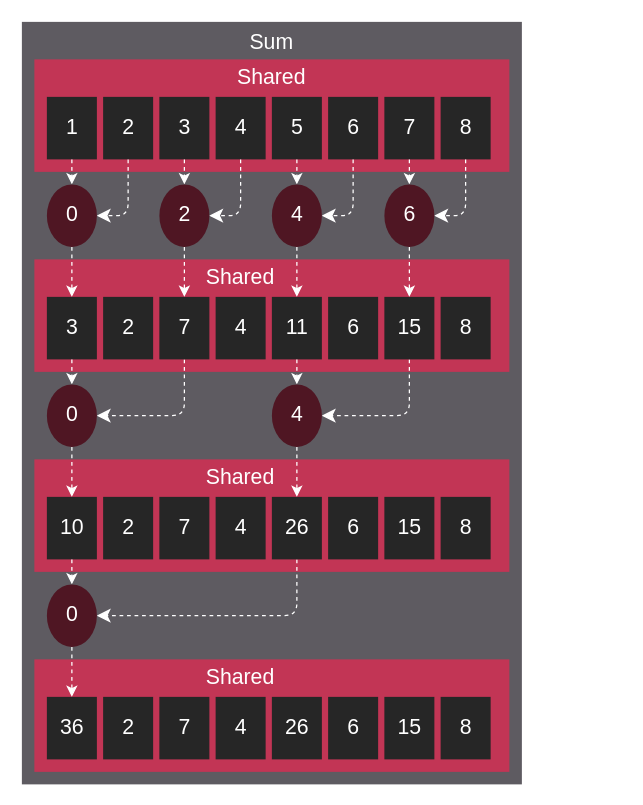
This is docs/data/tutorial/reduction/naive_reduction.drawio from StreamHPC/HIP, a draw.io file, before an edit. Source tidied: cells renumbered, new cells numbered last; positions are measured from the earlier drawing's top-left corner, leaving out a move shared by most shapes. Both pictures are drawn from the tidied source at 125%, with x=0, y=0 at pixel (21, 21).
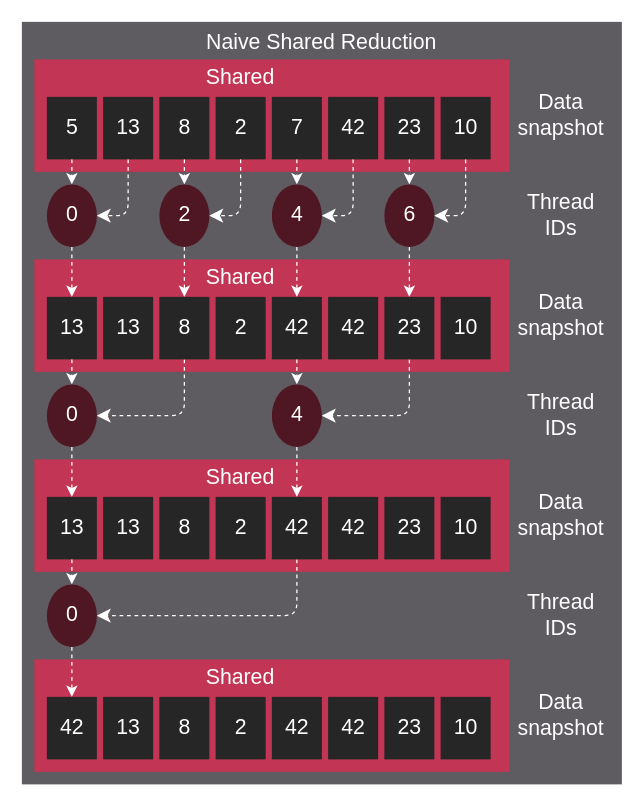
After the change.

Diff of the diagram source:
```diff
@@
     <mxCell id="2" style="rounded=0;whiteSpace=wrap;html=1;fillColor=#5E5B61;fontColor=#FFFFFF;strokeColor=none;spacing=0;" parent="1" vertex="1">
-      <mxGeometry width="400" height="610" as="geometry" />
+      <mxGeometry width="480" height="610" as="geometry" />
     </mxCell>
-    <mxCell id="3" value="Sum" style="text;strokeColor=none;fillColor=none;align=center;verticalAlign=middle;rounded=0;fontFamily=klavika;fontSize=17;fontColor=#FFFFFF;" parent="1" vertex="1">
-      <mxGeometry x="170" width="60" height="30" as="geometry" />
+    <mxCell id="3" value="Naive Shared Reduction" style="text;strokeColor=none;fillColor=none;align=center;verticalAlign=middle;rounded=0;fontFamily=klavika;fontSize=17;fontColor=#FFFFFF;" parent="1" vertex="1">
+      <mxGeometry x="210" width="60" height="30" as="geometry" />
     </mxCell>
@@
     <mxCell id="5" value="&lt;font face=&quot;Klavika&quot; style=&quot;font-size: 17px;&quot;&gt;Shared&lt;/font&gt;" style="text;html=1;strokeColor=none;fillColor=none;align=center;verticalAlign=middle;whiteSpace=wrap;rounded=0;fontSize=17;fontColor=#FFFFFF;" parent="1" vertex="1">
-      <mxGeometry x="170" y="30" width="60" height="30" as="geometry" />
+      <mxGeometry x="145" y="30" width="60" height="30" as="geometry" />
     </mxCell>
@@
-    <mxCell id="7" value="1" style="text;html=1;strokeColor=none;fillColor=none;align=center;verticalAlign=middle;whiteSpace=wrap;rounded=0;fontFamily=Klavika;fontSize=17;fontColor=#FFFFFF;" parent="1" vertex="1">
+    <mxCell id="7" value="5" style="text;html=1;strokeColor=none;fillColor=none;align=center;verticalAlign=middle;whiteSpace=wrap;rounded=0;fontFamily=Klavika;fontSize=17;fontColor=#FFFFFF;" parent="1" vertex="1">
       <mxGeometry x="27.5" y="70" width="25" height="30" as="geometry" />
     </mxCell>
@@
-    <mxCell id="10" value="2" style="text;html=1;strokeColor=none;fillColor=none;align=center;verticalAlign=middle;whiteSpace=wrap;rounded=0;fontFamily=Klavika;fontSize=17;fontColor=#FFFFFF;" parent="1" vertex="1">
+    <mxCell id="10" value="13" style="text;html=1;strokeColor=none;fillColor=none;align=center;verticalAlign=middle;whiteSpace=wrap;rounded=0;fontFamily=Klavika;fontSize=17;fontColor=#FFFFFF;" parent="1" vertex="1">
       <mxGeometry x="72.5" y="70" width="25" height="30" as="geometry" />
     </mxCell>
@@
-    <mxCell id="15" value="3" style="text;html=1;strokeColor=none;fillColor=none;align=center;verticalAlign=middle;whiteSpace=wrap;rounded=0;fontFamily=Klavika;fontSize=17;fontColor=#FFFFFF;" parent="1" vertex="1">
+    <mxCell id="15" value="8" style="text;html=1;strokeColor=none;fillColor=none;align=center;verticalAlign=middle;whiteSpace=wrap;rounded=0;fontFamily=Klavika;fontSize=17;fontColor=#FFFFFF;" parent="1" vertex="1">
       <mxGeometry x="117.5" y="70" width="25" height="30" as="geometry" />
     </mxCell>
@@
-    <mxCell id="18" value="4" style="text;html=1;strokeColor=none;fillColor=none;align=center;verticalAlign=middle;whiteSpace=wrap;rounded=0;fontFamily=Klavika;fontSize=17;fontColor=#FFFFFF;" parent="1" vertex="1">
+    <mxCell id="18" value="2" style="text;html=1;strokeColor=none;fillColor=none;align=center;verticalAlign=middle;whiteSpace=wrap;rounded=0;fontFamily=Klavika;fontSize=17;fontColor=#FFFFFF;" parent="1" vertex="1">
       <mxGeometry x="162.5" y="70" width="25" height="30" as="geometry" />
     </mxCell>
@@
-    <mxCell id="23" value="5" style="text;html=1;strokeColor=none;fillColor=none;align=center;verticalAlign=middle;whiteSpace=wrap;rounded=0;fontFamily=Klavika;fontSize=17;fontColor=#FFFFFF;" parent="1" vertex="1">
+    <mxCell id="23" value="7" style="text;html=1;strokeColor=none;fillColor=none;align=center;verticalAlign=middle;whiteSpace=wrap;rounded=0;fontFamily=Klavika;fontSize=17;fontColor=#FFFFFF;" parent="1" vertex="1">
       <mxGeometry x="207.5" y="70" width="25" height="30" as="geometry" />
     </mxCell>
@@
-    <mxCell id="26" value="6" style="text;html=1;strokeColor=none;fillColor=none;align=center;verticalAlign=middle;whiteSpace=wrap;rounded=0;fontFamily=Klavika;fontSize=17;fontColor=#FFFFFF;" parent="1" vertex="1">
+    <mxCell id="26" value="42" style="text;html=1;strokeColor=none;fillColor=none;align=center;verticalAlign=middle;whiteSpace=wrap;rounded=0;fontFamily=Klavika;fontSize=17;fontColor=#FFFFFF;" parent="1" vertex="1">
       <mxGeometry x="252.5" y="70" width="25" height="30" as="geometry" />
     </mxCell>
@@
-    <mxCell id="31" value="7" style="text;html=1;strokeColor=none;fillColor=none;align=center;verticalAlign=middle;whiteSpace=wrap;rounded=0;fontFamily=Klavika;fontSize=17;fontColor=#FFFFFF;" parent="1" vertex="1">
+    <mxCell id="31" value="23" style="text;html=1;strokeColor=none;fillColor=none;align=center;verticalAlign=middle;whiteSpace=wrap;rounded=0;fontFamily=Klavika;fontSize=17;fontColor=#FFFFFF;" parent="1" vertex="1">
       <mxGeometry x="297.5" y="70" width="25" height="30" as="geometry" />
     </mxCell>
@@
-    <mxCell id="34" value="8" style="text;html=1;strokeColor=none;fillColor=none;align=center;verticalAlign=middle;whiteSpace=wrap;rounded=0;fontFamily=Klavika;fontSize=17;fontColor=#FFFFFF;" parent="1" vertex="1">
+    <mxCell id="34" value="10" style="text;html=1;strokeColor=none;fillColor=none;align=center;verticalAlign=middle;whiteSpace=wrap;rounded=0;fontFamily=Klavika;fontSize=17;fontColor=#FFFFFF;" parent="1" vertex="1">
       <mxGeometry x="342.5" y="70" width="25" height="30" as="geometry" />
     </mxCell>
@@
-    <mxCell id="41" value="3" style="text;html=1;strokeColor=none;fillColor=none;align=center;verticalAlign=middle;whiteSpace=wrap;rounded=0;fontFamily=Klavika;fontSize=17;fontColor=#FFFFFF;" parent="1" vertex="1">
+    <mxCell id="41" value="13" style="text;html=1;strokeColor=none;fillColor=none;align=center;verticalAlign=middle;whiteSpace=wrap;rounded=0;fontFamily=Klavika;fontSize=17;fontColor=#FFFFFF;" parent="1" vertex="1">
       <mxGeometry x="27.5" y="230" width="25" height="30" as="geometry" />
     </mxCell>
@@
-    <mxCell id="44" value="2" style="text;html=1;strokeColor=none;fillColor=none;align=center;verticalAlign=middle;whiteSpace=wrap;rounded=0;fontFamily=Klavika;fontSize=17;fontColor=#FFFFFF;" parent="1" vertex="1">
+    <mxCell id="44" value="13" style="text;html=1;strokeColor=none;fillColor=none;align=center;verticalAlign=middle;whiteSpace=wrap;rounded=0;fontFamily=Klavika;fontSize=17;fontColor=#FFFFFF;" parent="1" vertex="1">
       <mxGeometry x="72.5" y="230" width="25" height="30" as="geometry" />
     </mxCell>
@@
-    <mxCell id="49" value="7" style="text;html=1;strokeColor=none;fillColor=none;align=center;verticalAlign=middle;whiteSpace=wrap;rounded=0;fontFamily=Klavika;fontSize=17;fontColor=#FFFFFF;" parent="1" vertex="1">
+    <mxCell id="49" value="8" style="text;html=1;strokeColor=none;fillColor=none;align=center;verticalAlign=middle;whiteSpace=wrap;rounded=0;fontFamily=Klavika;fontSize=17;fontColor=#FFFFFF;" parent="1" vertex="1">
       <mxGeometry x="117.5" y="230" width="25" height="30" as="geometry" />
     </mxCell>
@@
-    <mxCell id="51" value="4" style="text;html=1;strokeColor=none;fillColor=none;align=center;verticalAlign=middle;whiteSpace=wrap;rounded=0;fontFamily=Klavika;fontSize=17;fontColor=#FFFFFF;" parent="1" vertex="1">
+    <mxCell id="51" value="2" style="text;html=1;strokeColor=none;fillColor=none;align=center;verticalAlign=middle;whiteSpace=wrap;rounded=0;fontFamily=Klavika;fontSize=17;fontColor=#FFFFFF;" parent="1" vertex="1">
       <mxGeometry x="162.5" y="230" width="25" height="30" as="geometry" />
     </mxCell>
@@
-    <mxCell id="53" value="11" style="text;html=1;strokeColor=none;fillColor=none;align=center;verticalAlign=middle;whiteSpace=wrap;rounded=0;fontFamily=Klavika;fontSize=17;fontColor=#FFFFFF;" parent="1" vertex="1">
+    <mxCell id="53" value="42" style="text;html=1;strokeColor=none;fillColor=none;align=center;verticalAlign=middle;whiteSpace=wrap;rounded=0;fontFamily=Klavika;fontSize=17;fontColor=#FFFFFF;" parent="1" vertex="1">
       <mxGeometry x="207.5" y="230" width="25" height="30" as="geometry" />
     </mxCell>
@@
-    <mxCell id="56" value="6" style="text;html=1;strokeColor=none;fillColor=none;align=center;verticalAlign=middle;whiteSpace=wrap;rounded=0;fontFamily=Klavika;fontSize=17;fontColor=#FFFFFF;" parent="1" vertex="1">
+    <mxCell id="56" value="42" style="text;html=1;strokeColor=none;fillColor=none;align=center;verticalAlign=middle;whiteSpace=wrap;rounded=0;fontFamily=Klavika;fontSize=17;fontColor=#FFFFFF;" parent="1" vertex="1">
       <mxGeometry x="252.5" y="230" width="25" height="30" as="geometry" />
     </mxCell>
@@
-    <mxCell id="61" value="15" style="text;html=1;strokeColor=none;fillColor=none;align=center;verticalAlign=middle;whiteSpace=wrap;rounded=0;fontFamily=Klavika;fontSize=17;fontColor=#FFFFFF;" parent="1" vertex="1">
+    <mxCell id="61" value="23" style="text;html=1;strokeColor=none;fillColor=none;align=center;verticalAlign=middle;whiteSpace=wrap;rounded=0;fontFamily=Klavika;fontSize=17;fontColor=#FFFFFF;" parent="1" vertex="1">
       <mxGeometry x="297.5" y="230" width="25" height="30" as="geometry" />
     </mxCell>
@@
-    <mxCell id="63" value="8" style="text;html=1;strokeColor=none;fillColor=none;align=center;verticalAlign=middle;whiteSpace=wrap;rounded=0;fontFamily=Klavika;fontSize=17;fontColor=#FFFFFF;" parent="1" vertex="1">
+    <mxCell id="63" value="10" style="text;html=1;strokeColor=none;fillColor=none;align=center;verticalAlign=middle;whiteSpace=wrap;rounded=0;fontFamily=Klavika;fontSize=17;fontColor=#FFFFFF;" parent="1" vertex="1">
       <mxGeometry x="342.5" y="230" width="25" height="30" as="geometry" />
     </mxCell>
@@
-    <mxCell id="71" value="10" style="text;html=1;strokeColor=none;fillColor=none;align=center;verticalAlign=middle;whiteSpace=wrap;rounded=0;fontFamily=Klavika;fontSize=17;fontColor=#FFFFFF;" parent="1" vertex="1">
+    <mxCell id="71" value="13" style="text;html=1;strokeColor=none;fillColor=none;align=center;verticalAlign=middle;whiteSpace=wrap;rounded=0;fontFamily=Klavika;fontSize=17;fontColor=#FFFFFF;" parent="1" vertex="1">
       <mxGeometry x="27.5" y="390" width="25" height="30" as="geometry" />
     </mxCell>
@@
-    <mxCell id="74" value="2" style="text;html=1;strokeColor=none;fillColor=none;align=center;verticalAlign=middle;whiteSpace=wrap;rounded=0;fontFamily=Klavika;fontSize=17;fontColor=#FFFFFF;" parent="1" vertex="1">
+    <mxCell id="74" value="13" style="text;html=1;strokeColor=none;fillColor=none;align=center;verticalAlign=middle;whiteSpace=wrap;rounded=0;fontFamily=Klavika;fontSize=17;fontColor=#FFFFFF;" parent="1" vertex="1">
       <mxGeometry x="72.5" y="390" width="25" height="30" as="geometry" />
     </mxCell>
@@
-    <mxCell id="79" value="7" style="text;html=1;strokeColor=none;fillColor=none;align=center;verticalAlign=middle;whiteSpace=wrap;rounded=0;fontFamily=Klavika;fontSize=17;fontColor=#FFFFFF;" parent="1" vertex="1">
+    <mxCell id="79" value="8" style="text;html=1;strokeColor=none;fillColor=none;align=center;verticalAlign=middle;whiteSpace=wrap;rounded=0;fontFamily=Klavika;fontSize=17;fontColor=#FFFFFF;" parent="1" vertex="1">
       <mxGeometry x="117.5" y="390" width="25" height="30" as="geometry" />
     </mxCell>
@@
-    <mxCell id="81" value="4" style="text;html=1;strokeColor=none;fillColor=none;align=center;verticalAlign=middle;whiteSpace=wrap;rounded=0;fontFamily=Klavika;fontSize=17;fontColor=#FFFFFF;" parent="1" vertex="1">
+    <mxCell id="81" value="2" style="text;html=1;strokeColor=none;fillColor=none;align=center;verticalAlign=middle;whiteSpace=wrap;rounded=0;fontFamily=Klavika;fontSize=17;fontColor=#FFFFFF;" parent="1" vertex="1">
       <mxGeometry x="162.5" y="390" width="25" height="30" as="geometry" />
     </mxCell>
@@
-    <mxCell id="83" value="26" style="text;html=1;strokeColor=none;fillColor=none;align=center;verticalAlign=middle;whiteSpace=wrap;rounded=0;fontFamily=Klavika;fontSize=17;fontColor=#FFFFFF;" parent="1" vertex="1">
+    <mxCell id="83" value="42" style="text;html=1;strokeColor=none;fillColor=none;align=center;verticalAlign=middle;whiteSpace=wrap;rounded=0;fontFamily=Klavika;fontSize=17;fontColor=#FFFFFF;" parent="1" vertex="1">
       <mxGeometry x="207.5" y="390" width="25" height="30" as="geometry" />
     </mxCell>
@@
-    <mxCell id="85" value="6" style="text;html=1;strokeColor=none;fillColor=none;align=center;verticalAlign=middle;whiteSpace=wrap;rounded=0;fontFamily=Klavika;fontSize=17;fontColor=#FFFFFF;" parent="1" vertex="1">
+    <mxCell id="85" value="42" style="text;html=1;strokeColor=none;fillColor=none;align=center;verticalAlign=middle;whiteSpace=wrap;rounded=0;fontFamily=Klavika;fontSize=17;fontColor=#FFFFFF;" parent="1" vertex="1">
       <mxGeometry x="252.5" y="390" width="25" height="30" as="geometry" />
     </mxCell>
@@
-    <mxCell id="87" value="15" style="text;html=1;strokeColor=none;fillColor=none;align=center;verticalAlign=middle;whiteSpace=wrap;rounded=0;fontFamily=Klavika;fontSize=17;fontColor=#FFFFFF;" parent="1" vertex="1">
+    <mxCell id="87" value="23" style="text;html=1;strokeColor=none;fillColor=none;align=center;verticalAlign=middle;whiteSpace=wrap;rounded=0;fontFamily=Klavika;fontSize=17;fontColor=#FFFFFF;" parent="1" vertex="1">
       <mxGeometry x="297.5" y="390" width="25" height="30" as="geometry" />
     </mxCell>
@@
-    <mxCell id="89" value="8" style="text;html=1;strokeColor=none;fillColor=none;align=center;verticalAlign=middle;whiteSpace=wrap;rounded=0;fontFamily=Klavika;fontSize=17;fontColor=#FFFFFF;" parent="1" vertex="1">
+    <mxCell id="89" value="10" style="text;html=1;strokeColor=none;fillColor=none;align=center;verticalAlign=middle;whiteSpace=wrap;rounded=0;fontFamily=Klavika;fontSize=17;fontColor=#FFFFFF;" parent="1" vertex="1">
       <mxGeometry x="342.5" y="390" width="25" height="30" as="geometry" />
     </mxCell>
@@
-    <mxCell id="95" value="36" style="text;html=1;strokeColor=none;fillColor=none;align=center;verticalAlign=middle;whiteSpace=wrap;rounded=0;fontFamily=Klavika;fontSize=17;fontColor=#FFFFFF;" parent="1" vertex="1">
+    <mxCell id="95" value="42" style="text;html=1;strokeColor=none;fillColor=none;align=center;verticalAlign=middle;whiteSpace=wrap;rounded=0;fontFamily=Klavika;fontSize=17;fontColor=#FFFFFF;" parent="1" vertex="1">
       <mxGeometry x="27.5" y="550" width="25" height="30" as="geometry" />
     </mxCell>
@@
-    <mxCell id="98" value="2" style="text;html=1;strokeColor=none;fillColor=none;align=center;verticalAlign=middle;whiteSpace=wrap;rounded=0;fontFamily=Klavika;fontSize=17;fontColor=#FFFFFF;" parent="1" vertex="1">
+    <mxCell id="98" value="13" style="text;html=1;strokeColor=none;fillColor=none;align=center;verticalAlign=middle;whiteSpace=wrap;rounded=0;fontFamily=Klavika;fontSize=17;fontColor=#FFFFFF;" parent="1" vertex="1">
       <mxGeometry x="72.5" y="550" width="25" height="30" as="geometry" />
     </mxCell>
@@
-    <mxCell id="100" value="7" style="text;html=1;strokeColor=none;fillColor=none;align=center;verticalAlign=middle;whiteSpace=wrap;rounded=0;fontFamily=Klavika;fontSize=17;fontColor=#FFFFFF;" parent="1" vertex="1">
+    <mxCell id="100" value="8" style="text;html=1;strokeColor=none;fillColor=none;align=center;verticalAlign=middle;whiteSpace=wrap;rounded=0;fontFamily=Klavika;fontSize=17;fontColor=#FFFFFF;" parent="1" vertex="1">
       <mxGeometry x="117.5" y="550" width="25" height="30" as="geometry" />
     </mxCell>
@@
-    <mxCell id="102" value="4" style="text;html=1;strokeColor=none;fillColor=none;align=center;verticalAlign=middle;whiteSpace=wrap;rounded=0;fontFamily=Klavika;fontSize=17;fontColor=#FFFFFF;" parent="1" vertex="1">
+    <mxCell id="102" value="2" style="text;html=1;strokeColor=none;fillColor=none;align=center;verticalAlign=middle;whiteSpace=wrap;rounded=0;fontFamily=Klavika;fontSize=17;fontColor=#FFFFFF;" parent="1" vertex="1">
       <mxGeometry x="162.5" y="550" width="25" height="30" as="geometry" />
     </mxCell>
@@
-    <mxCell id="104" value="26" style="text;html=1;strokeColor=none;fillColor=none;align=center;verticalAlign=middle;whiteSpace=wrap;rounded=0;fontFamily=Klavika;fontSize=17;fontColor=#FFFFFF;" parent="1" vertex="1">
+    <mxCell id="104" value="42" style="text;html=1;strokeColor=none;fillColor=none;align=center;verticalAlign=middle;whiteSpace=wrap;rounded=0;fontFamily=Klavika;fontSize=17;fontColor=#FFFFFF;" parent="1" vertex="1">
       <mxGeometry x="207.5" y="550" width="25" height="30" as="geometry" />
     </mxCell>
@@
-    <mxCell id="106" value="6" style="text;html=1;strokeColor=none;fillColor=none;align=center;verticalAlign=middle;whiteSpace=wrap;rounded=0;fontFamily=Klavika;fontSize=17;fontColor=#FFFFFF;" parent="1" vertex="1">
+    <mxCell id="106" value="42" style="text;html=1;strokeColor=none;fillColor=none;align=center;verticalAlign=middle;whiteSpace=wrap;rounded=0;fontFamily=Klavika;fontSize=17;fontColor=#FFFFFF;" parent="1" vertex="1">
       <mxGeometry x="252.5" y="550" width="25" height="30" as="geometry" />
     </mxCell>
@@
-    <mxCell id="108" value="15" style="text;html=1;strokeColor=none;fillColor=none;align=center;verticalAlign=middle;whiteSpace=wrap;rounded=0;fontFamily=Klavika;fontSize=17;fontColor=#FFFFFF;" parent="1" vertex="1">
+    <mxCell id="108" value="23" style="text;html=1;strokeColor=none;fillColor=none;align=center;verticalAlign=middle;whiteSpace=wrap;rounded=0;fontFamily=Klavika;fontSize=17;fontColor=#FFFFFF;" parent="1" vertex="1">
       <mxGeometry x="297.5" y="550" width="25" height="30" as="geometry" />
     </mxCell>
@@
-    <mxCell id="110" value="8" style="text;html=1;strokeColor=none;fillColor=none;align=center;verticalAlign=middle;whiteSpace=wrap;rounded=0;fontFamily=Klavika;fontSize=17;fontColor=#FFFFFF;" parent="1" vertex="1">
+    <mxCell id="110" value="10" style="text;html=1;strokeColor=none;fillColor=none;align=center;verticalAlign=middle;whiteSpace=wrap;rounded=0;fontFamily=Klavika;fontSize=17;fontColor=#FFFFFF;" parent="1" vertex="1">
       <mxGeometry x="342.5" y="550" width="25" height="30" as="geometry" />
     </mxCell>
+    <mxCell id="111" value="Thread IDs" style="text;strokeColor=none;fillColor=none;align=center;verticalAlign=middle;rounded=0;fontFamily=klavika;fontSize=17;fontColor=#FFFFFF;whiteSpace=wrap;rotation=0;" parent="1" vertex="1">
+      <mxGeometry x="400" y="140" width="62.5" height="30" as="geometry" />
+    </mxCell>
+    <mxCell id="112" value="Data snapshot" style="text;strokeColor=none;fillColor=none;align=center;verticalAlign=middle;rounded=0;fontFamily=klavika;fontSize=17;fontColor=#FFFFFF;whiteSpace=wrap;rotation=0;" parent="1" vertex="1">
+      <mxGeometry x="400" y="50" width="62.5" height="50" as="geometry" />
+    </mxCell>
+    <mxCell id="113" value="Thread IDs" style="text;strokeColor=none;fillColor=none;align=center;verticalAlign=middle;rounded=0;fontFamily=klavika;fontSize=17;fontColor=#FFFFFF;whiteSpace=wrap;rotation=0;" parent="1" vertex="1">
+      <mxGeometry x="400" y="300" width="62.5" height="30" as="geometry" />
+    </mxCell>
+    <mxCell id="114" value="Data snapshot" style="text;strokeColor=none;fillColor=none;align=center;verticalAlign=middle;rounded=0;fontFamily=klavika;fontSize=17;fontColor=#FFFFFF;whiteSpace=wrap;rotation=0;" parent="1" vertex="1">
+      <mxGeometry x="400" y="210" width="62.5" height="50" as="geometry" />
+    </mxCell>
+    <mxCell id="115" value="Thread IDs" style="text;strokeColor=none;fillColor=none;align=center;verticalAlign=middle;rounded=0;fontFamily=klavika;fontSize=17;fontColor=#FFFFFF;whiteSpace=wrap;rotation=0;" parent="1" vertex="1">
+      <mxGeometry x="400" y="460" width="62.5" height="30" as="geometry" />
+    </mxCell>
+    <mxCell id="116" value="Data snapshot" style="text;strokeColor=none;fillColor=none;align=center;verticalAlign=middle;rounded=0;fontFamily=klavika;fontSize=17;fontColor=#FFFFFF;whiteSpace=wrap;rotation=0;" parent="1" vertex="1">
+      <mxGeometry x="400" y="370" width="62.5" height="50" as="geometry" />
+    </mxCell>
+    <mxCell id="117" value="Data snapshot" style="text;strokeColor=none;fillColor=none;align=center;verticalAlign=middle;rounded=0;fontFamily=klavika;fontSize=17;fontColor=#FFFFFF;whiteSpace=wrap;rotation=0;" parent="1" vertex="1">
+      <mxGeometry x="400" y="530" width="62.5" height="50" as="geometry" />
+    </mxCell>
```
